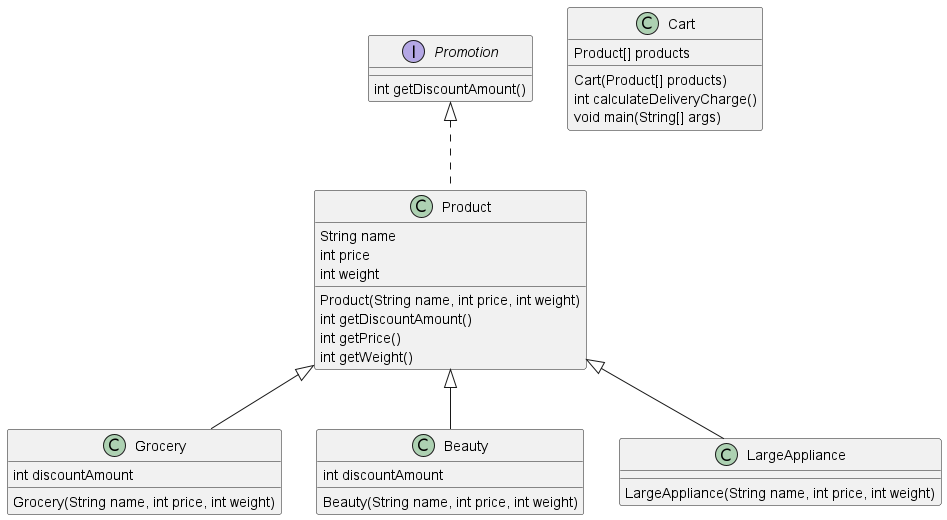
Before: src/Quiz/WeeklyQuiz/Interface/images/ProductUML.png, a diagram exported from PlantUML (yoonjong-j/Java-Study).
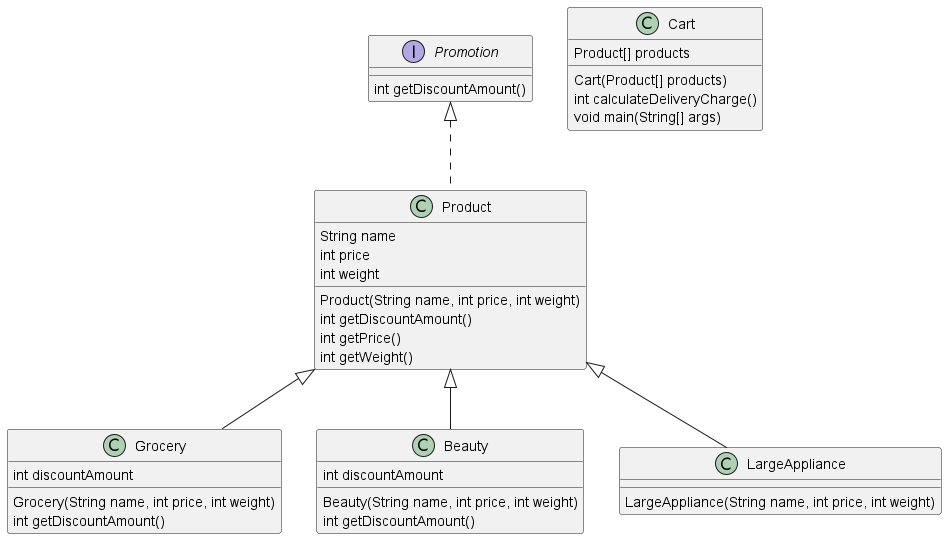
The same file after the commit.

The edit, as a diff of the source:
```diff
@@ -24,11 +24,13 @@
 class Grocery extends Product {
     int discountAmount
     Grocery(String name, int price, int weight)
+    int getDiscountAmount()
 }
 
 class Beauty extends Product {
     int discountAmount
     Beauty(String name, int price, int weight)
+    int getDiscountAmount()
 }
 
 class LargeAppliance extends Product {
```
